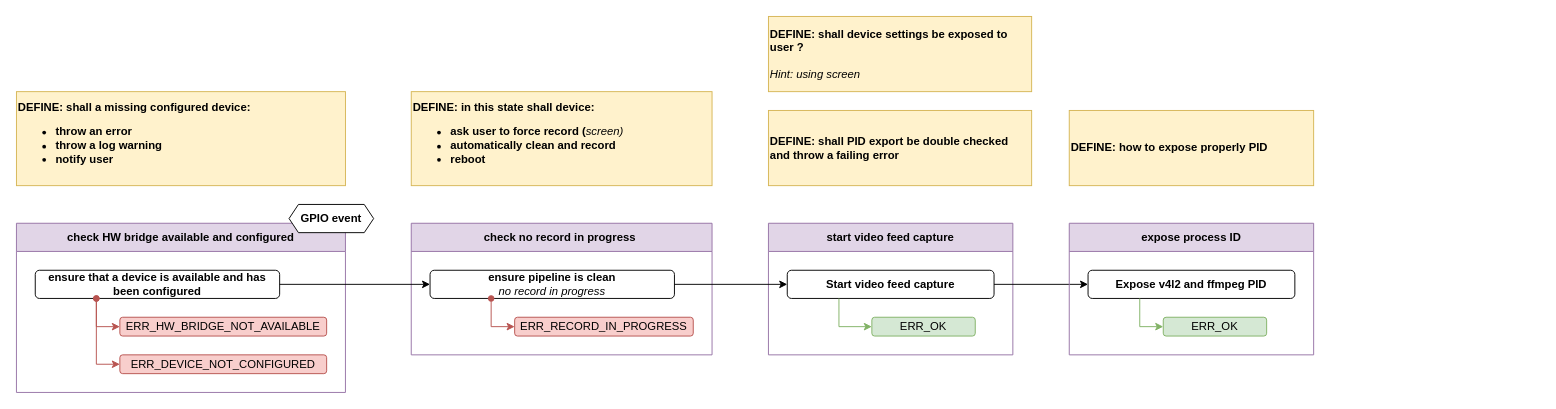
Earlier version of the draw.io diagram page "start-rec" (6 of 9) of docs/arch/arch.drawio (repeact/embedded-sw). Source tidied: cells renumbered, new cells numbered last; positions are measured from the earlier drawing's top-left corner, leaving out a move shared by most shapes. Both pictures are drawn from the tidied source at 94%, with x=0, y=0 at pixel (16, 16).
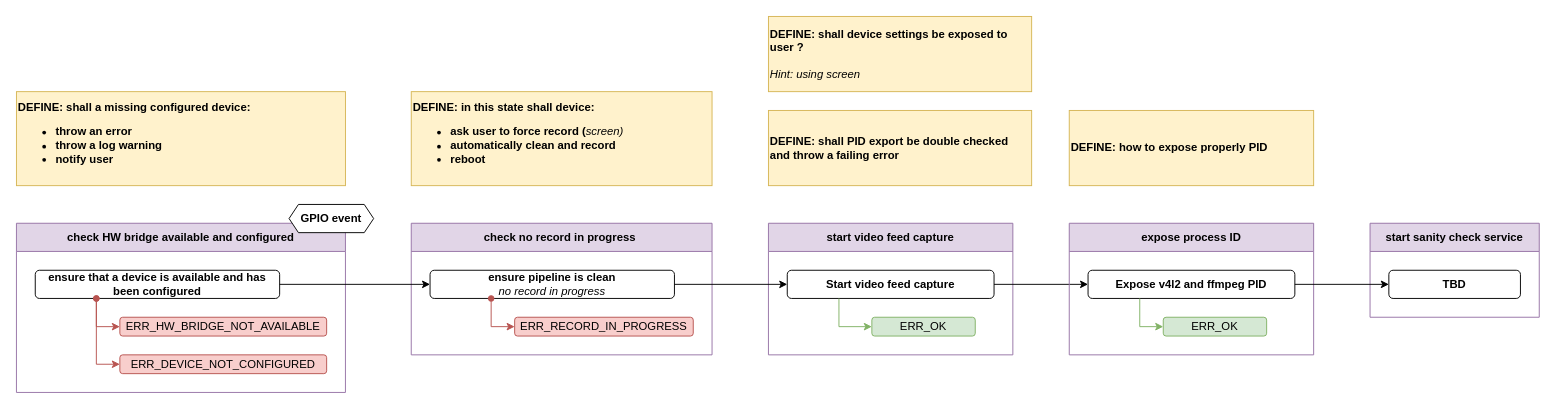
The same page after the edit.

Commit message (it also covers changes not shown here):
docs(design-tbd): add 'sanity-check' and 'system-cleanup' placeholders

Unchanged cells that the change refers to:
```xml
<mxCell id="24" value="Expose v4l2 and ffmpeg PID" style="rounded=1;whiteSpace=wrap;html=1;fontStyle=1;" parent="23" vertex="1">
  <mxGeometry x="20" y="50" width="220" height="30" as="geometry" />
</mxCell>
```

The edit, as a diff of the source:
```diff
@@
+    <mxCell id="29" value="start sanity check service" style="swimlane;whiteSpace=wrap;html=1;startSize=30;fillColor=#e1d5e7;strokeColor=#9673a6;" parent="1" vertex="1">
+      <mxGeometry x="1440" y="220" width="180" height="100" as="geometry" />
+    </mxCell>
+    <mxCell id="30" value="TBD" style="rounded=1;whiteSpace=wrap;html=1;fontStyle=1;" parent="29" vertex="1">
+      <mxGeometry x="20" y="50" width="140" height="30" as="geometry" />
+    </mxCell>
+    <mxCell id="31" style="edgeStyle=orthogonalEdgeStyle;rounded=0;jettySize=auto;html=1;exitX=1;exitY=0.5;exitDx=0;exitDy=0;entryX=0;entryY=0.5;entryDx=0;entryDy=0;" parent="1" edge="1" source="24" target="30">
+      <mxGeometry relative="1" as="geometry" />
+    </mxCell>
```
